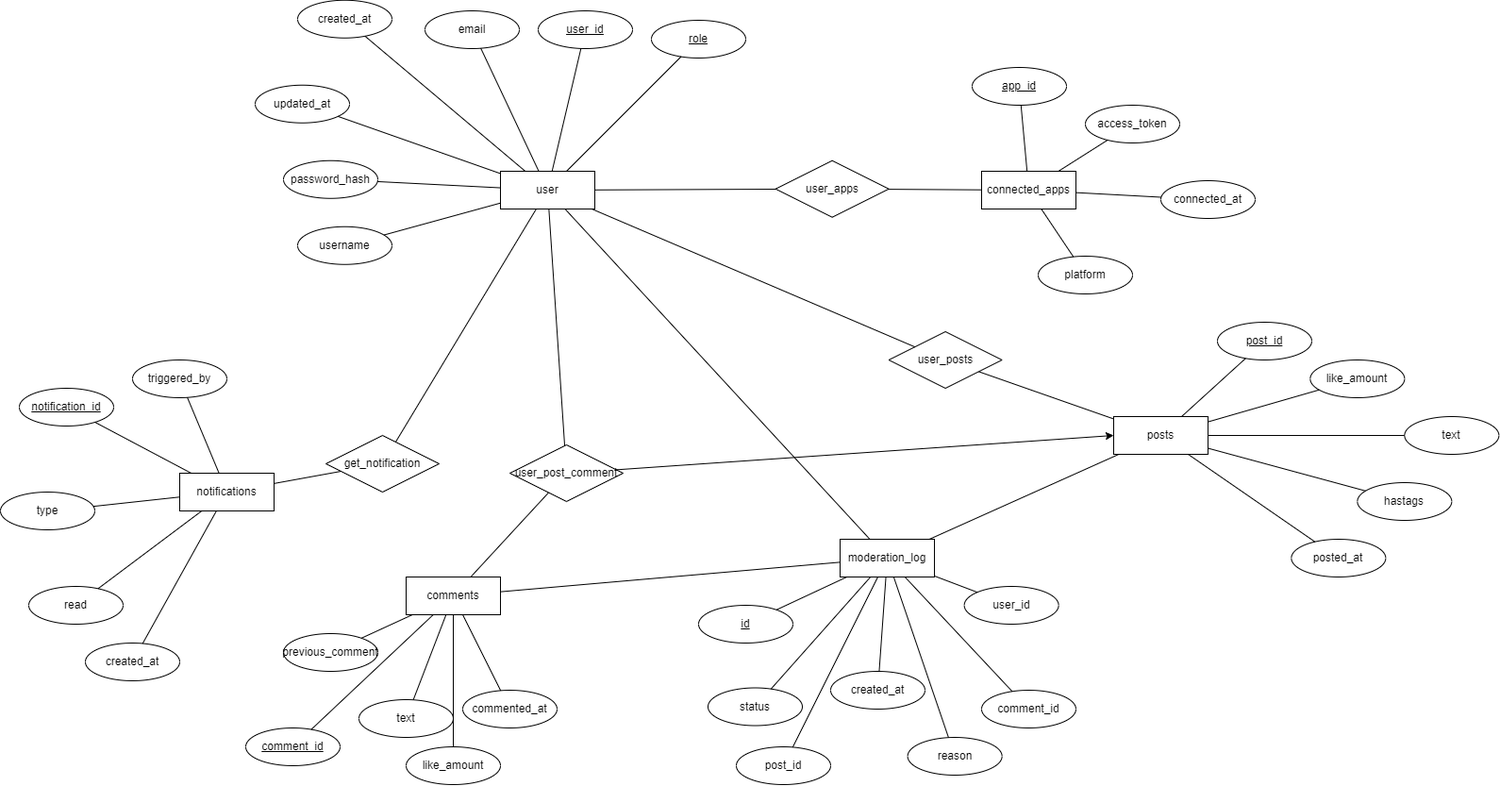
Earlier version of the draw.io export docs/EK_diagram.drawio.png (pollak-vizsgaremek/Beatwave). Source tidied: cells renumbered, new cells last; positions are measured from the earlier drawing's top-left corner, leaving out a move shared by most shapes.
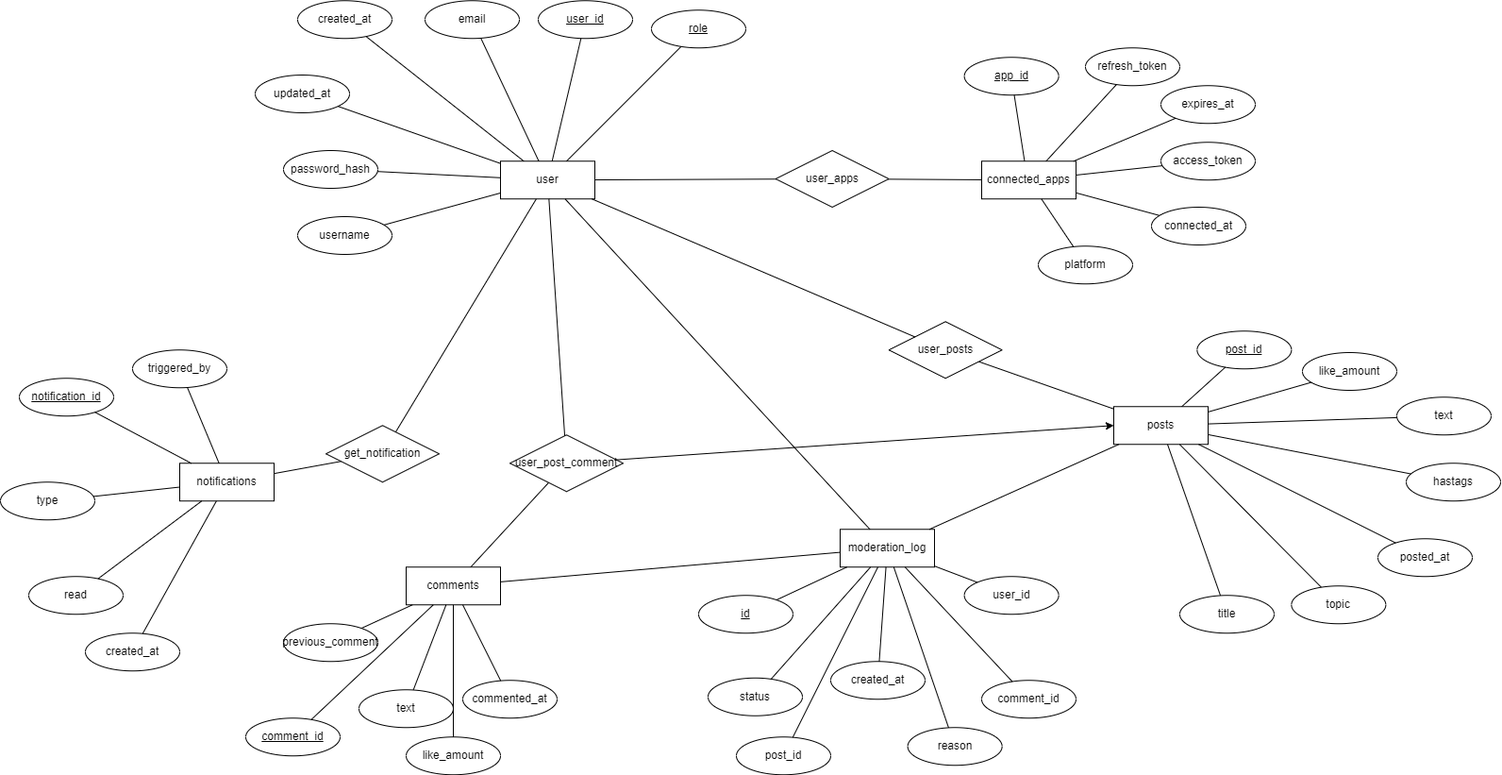
After the change.

Commit message:
Update docs: Beatwave and EK diagram

Diff of the diagram source:
```diff
@@ -23,15 +23,15 @@
     <mxCell id="8" value="password_hash" style="ellipse;whiteSpace=wrap;html=1;align=center;" parent="1" vertex="1">
       <mxGeometry x="300" y="169.8" width="100" height="40" as="geometry" />
     </mxCell>
-    <mxCell id="9" value="created_at" style="ellipse;whiteSpace=wrap;html=1;align=center;" parent="1" vertex="1">
-      <mxGeometry x="315" y="-0.2" width="100" height="40" as="geometry" />
-    </mxCell>
+    <mxCell id="91" value="created_at" style="ellipse;whiteSpace=wrap;html=1;align=center;" parent="1" vertex="1">
+      <mxGeometry x="315" y="11" width="100" height="40" as="geometry" />
+    </mxCell>
     <mxCell id="10" style="endArrow=none;html=1;rounded=0;" parent="1" edge="1" source="7" target="3">
       <mxGeometry relative="1" as="geometry" />
     </mxCell>
-    <mxCell id="11" style="endArrow=none;html=1;rounded=0;" parent="1" edge="1" source="9" target="3">
-      <mxGeometry relative="1" as="geometry" />
-    </mxCell>
+    <mxCell id="92" style="endArrow=none;html=1;rounded=0;" parent="1" edge="1" source="91" target="3">
+      <mxGeometry relative="1" as="geometry" />
+    </mxCell>
     <mxCell id="12" style="endArrow=none;html=1;rounded=0;" parent="1" edge="1" source="8" target="3">
       <mxGeometry relative="1" as="geometry" />
     </mxCell>
@@ -39,20 +39,25 @@
       <mxGeometry relative="1" as="geometry" />
     </mxCell>
     <mxCell id="14" value="&lt;u&gt;app_id&lt;/u&gt;" style="ellipse;whiteSpace=wrap;html=1;align=center;" parent="1" vertex="1">
-      <mxGeometry x="1030" y="71" width="100" height="40" as="geometry" />
+      <mxGeometry x="1021.6" y="71" width="100" height="40" as="geometry" />
     </mxCell>
     <mxCell id="15" value="platform" style="ellipse;whiteSpace=wrap;html=1;align=center;" parent="1" vertex="1">
       <mxGeometry x="1100" y="271" width="100" height="40" as="geometry" />
     </mxCell>
     <mxCell id="16" value="access_token" style="ellipse;whiteSpace=wrap;html=1;align=center;" parent="1" vertex="1">
-      <mxGeometry x="1150" y="111" width="100" height="40" as="geometry" />
+      <mxGeometry x="1230" y="161" width="100" height="40" as="geometry" />
     </mxCell>
     <mxCell id="17" value="connected_at" style="ellipse;whiteSpace=wrap;html=1;align=center;" parent="1" vertex="1">
-      <mxGeometry x="1230" y="191" width="100" height="40" as="geometry" />
+      <mxGeometry x="1220" y="229.8" width="100" height="40" as="geometry" />
     </mxCell>
-    <mxCell id="18" style="endArrow=none;html=1;rounded=0;" parent="1" edge="1" source="14" target="5">
-      <mxGeometry relative="1" as="geometry" />
-    </mxCell>
+    <mxCell id="93" style="endArrow=none;html=1;rounded=0;" parent="1" edge="1" source="14">
+      <mxGeometry relative="1" as="geometry">
+        <mxPoint x="1085.5" y="181.1" as="targetPoint" />
+        <Array as="points">
+          <mxPoint x="1085.5" y="181.1" />
+        </Array>
+      </mxGeometry>
+    </mxCell>
     <mxCell id="19" style="endArrow=none;html=1;rounded=0;" parent="1" edge="1" source="15" target="5">
       <mxGeometry relative="1" as="geometry" />
     </mxCell>
@@ -99,49 +104,49 @@
       <mxGeometry relative="1" as="geometry" />
     </mxCell>
     <mxCell id="34" value="post_id" style="ellipse;whiteSpace=wrap;html=1;align=center;fontStyle=4;" parent="1" vertex="1">
-      <mxGeometry x="1290" y="341" width="100" height="40" as="geometry" />
+      <mxGeometry x="1268.4" y="361" width="100" height="40" as="geometry" />
     </mxCell>
     <mxCell id="35" value="comment_id" style="ellipse;whiteSpace=wrap;html=1;align=center;fontStyle=4;" parent="1" vertex="1">
       <mxGeometry x="260" y="771" width="100" height="40" as="geometry" />
     </mxCell>
-    <mxCell id="36" value="like_amount" style="ellipse;whiteSpace=wrap;html=1;align=center;" parent="1" vertex="1">
-      <mxGeometry x="1388.4" y="381" width="100" height="40" as="geometry" />
-    </mxCell>
-    <mxCell id="37" value="text" style="ellipse;whiteSpace=wrap;html=1;align=center;" parent="1" vertex="1">
-      <mxGeometry x="1488.4" y="441" width="100" height="40" as="geometry" />
-    </mxCell>
+    <mxCell id="94" value="like_amount" style="ellipse;whiteSpace=wrap;html=1;align=center;" parent="1" vertex="1">
+      <mxGeometry x="1380" y="383.8" width="100" height="40" as="geometry" />
+    </mxCell>
+    <mxCell id="95" value="text" style="ellipse;whiteSpace=wrap;html=1;align=center;" parent="1" vertex="1">
+      <mxGeometry x="1480" y="431" width="100" height="40" as="geometry" />
+    </mxCell>
     <mxCell id="38" value="hastags" style="ellipse;whiteSpace=wrap;html=1;align=center;" parent="1" vertex="1">
-      <mxGeometry x="1438.4" y="511" width="100" height="40" as="geometry" />
+      <mxGeometry x="1490" y="501" width="100" height="40" as="geometry" />
     </mxCell>
     <mxCell id="39" style="endArrow=none;html=1;rounded=0;" parent="1" edge="1" source="25" target="34">
       <mxGeometry relative="1" as="geometry" />
     </mxCell>
-    <mxCell id="40" style="endArrow=none;html=1;rounded=0;" parent="1" edge="1" source="25" target="36">
-      <mxGeometry relative="1" as="geometry" />
-    </mxCell>
-    <mxCell id="41" style="endArrow=none;html=1;rounded=0;" parent="1" edge="1" source="25" target="37">
-      <mxGeometry relative="1" as="geometry" />
-    </mxCell>
+    <mxCell id="96" style="endArrow=none;html=1;rounded=0;" parent="1" edge="1" source="25" target="94">
+      <mxGeometry relative="1" as="geometry" />
+    </mxCell>
+    <mxCell id="97" style="endArrow=none;html=1;rounded=0;" parent="1" edge="1" source="25" target="95">
+      <mxGeometry relative="1" as="geometry" />
+    </mxCell>
     <mxCell id="42" style="endArrow=none;html=1;rounded=0;" parent="1" edge="1" source="25" target="38">
       <mxGeometry relative="1" as="geometry" />
     </mxCell>
     <mxCell id="43" style="endArrow=none;html=1;rounded=0;" parent="1" edge="1" source="35" target="30">
       <mxGeometry relative="1" as="geometry" />
     </mxCell>
-    <mxCell id="44" style="endArrow=none;html=1;rounded=0;" parent="1" edge="1" source="30" target="45">
-      <mxGeometry relative="1" as="geometry" />
-    </mxCell>
-    <mxCell id="45" value="text" style="ellipse;whiteSpace=wrap;html=1;align=center;" parent="1" vertex="1">
-      <mxGeometry x="380" y="741" width="100" height="40" as="geometry" />
-    </mxCell>
-    <mxCell id="46" value="like_amount" style="ellipse;whiteSpace=wrap;html=1;align=center;" parent="1" vertex="1">
-      <mxGeometry x="430" y="791" width="100" height="40" as="geometry" />
-    </mxCell>
-    <mxCell id="47" style="endArrow=none;html=1;rounded=0;" parent="1" edge="1" source="30" target="46">
-      <mxGeometry relative="1" as="geometry" />
-    </mxCell>
+    <mxCell id="98" style="endArrow=none;html=1;rounded=0;" parent="1" edge="1" source="30" target="99">
+      <mxGeometry relative="1" as="geometry" />
+    </mxCell>
+    <mxCell id="99" value="text" style="ellipse;whiteSpace=wrap;html=1;align=center;" parent="1" vertex="1">
+      <mxGeometry x="380" y="741" width="100" height="40" as="geometry" />
+    </mxCell>
+    <mxCell id="100" value="like_amount" style="ellipse;whiteSpace=wrap;html=1;align=center;" parent="1" vertex="1">
+      <mxGeometry x="430" y="791" width="100" height="40" as="geometry" />
+    </mxCell>
+    <mxCell id="101" style="endArrow=none;html=1;rounded=0;" parent="1" edge="1" source="30" target="100">
+      <mxGeometry relative="1" as="geometry" />
+    </mxCell>
     <mxCell id="48" value="posted_at" style="ellipse;whiteSpace=wrap;html=1;align=center;" parent="1" vertex="1">
-      <mxGeometry x="1368.4" y="571" width="100" height="40" as="geometry" />
+      <mxGeometry x="1460" y="581" width="100" height="40" as="geometry" />
     </mxCell>
     <mxCell id="49" value="commented_at" style="ellipse;whiteSpace=wrap;html=1;align=center;" parent="1" vertex="1">
       <mxGeometry x="490" y="731" width="100" height="40" as="geometry" />
@@ -164,12 +169,12 @@
     <mxCell id="55" style="endArrow=none;html=1;rounded=0;" parent="1" edge="1" source="54" target="3">
       <mxGeometry relative="1" as="geometry" />
     </mxCell>
-    <mxCell id="56" style="edgeStyle=orthogonalEdgeStyle;rounded=0;orthogonalLoop=1;jettySize=auto;html=1;exitX=0.5;exitY=1;exitDx=0;exitDy=0;" parent="1" edge="1">
-      <mxGeometry relative="1" as="geometry">
-        <mxPoint x="285" y="279.8" as="sourcePoint" />
-        <mxPoint x="285" y="279.8" as="targetPoint" />
-      </mxGeometry>
-    </mxCell>
+    <mxCell id="102" style="edgeStyle=orthogonalEdgeStyle;rounded=0;orthogonalLoop=1;jettySize=auto;html=1;exitX=0.5;exitY=1;exitDx=0;exitDy=0;" parent="1" edge="1">
+      <mxGeometry relative="1" as="geometry">
+        <mxPoint x="285" y="279.8" as="sourcePoint" />
+        <mxPoint x="285" y="279.8" as="targetPoint" />
+      </mxGeometry>
+    </mxCell>
     <mxCell id="57" value="updated_at" style="ellipse;whiteSpace=wrap;html=1;align=center;" parent="1" vertex="1">
       <mxGeometry x="270" y="89.8" width="100" height="40" as="geometry" />
     </mxCell>
@@ -191,12 +196,12 @@
     <mxCell id="63" value="notification_id" style="ellipse;whiteSpace=wrap;html=1;align=center;fontStyle=4;" parent="1" vertex="1">
       <mxGeometry x="20" y="411" width="100" height="40" as="geometry" />
     </mxCell>
-    <mxCell id="64" value="created_at" style="ellipse;whiteSpace=wrap;html=1;align=center;" parent="1" vertex="1">
-      <mxGeometry x="90" y="681" width="100" height="40" as="geometry" />
-    </mxCell>
-    <mxCell id="65" style="endArrow=none;html=1;rounded=0;" parent="1" edge="1" source="64" target="59">
-      <mxGeometry relative="1" as="geometry" />
-    </mxCell>
+    <mxCell id="103" value="created_at" style="ellipse;whiteSpace=wrap;html=1;align=center;" parent="1" vertex="1">
+      <mxGeometry x="90" y="681" width="100" height="40" as="geometry" />
+    </mxCell>
+    <mxCell id="104" style="endArrow=none;html=1;rounded=0;" parent="1" edge="1" source="103" target="59">
+      <mxGeometry relative="1" as="geometry" />
+    </mxCell>
     <mxCell id="66" style="endArrow=none;html=1;rounded=0;" parent="1" edge="1" source="62" target="59">
       <mxGeometry relative="1" as="geometry" />
     </mxCell>
@@ -239,9 +244,9 @@
     <mxCell id="79" value="status" style="ellipse;whiteSpace=wrap;html=1;align=center;" parent="1" vertex="1">
       <mxGeometry x="750" y="728.5" width="100" height="40" as="geometry" />
     </mxCell>
-    <mxCell id="80" value="created_at" style="ellipse;whiteSpace=wrap;html=1;align=center;" parent="1" vertex="1">
-      <mxGeometry x="880" y="711" width="100" height="40" as="geometry" />
-    </mxCell>
+    <mxCell id="105" value="created_at" style="ellipse;whiteSpace=wrap;html=1;align=center;" parent="1" vertex="1">
+      <mxGeometry x="880" y="711" width="100" height="40" as="geometry" />
+    </mxCell>
     <mxCell id="81" value="post_id" style="ellipse;whiteSpace=wrap;html=1;align=center;" parent="1" vertex="1">
       <mxGeometry x="780" y="791" width="100" height="40" as="geometry" />
     </mxCell>
@@ -260,9 +265,9 @@
     <mxCell id="86" style="endArrow=none;html=1;rounded=0;" parent="1" edge="1" source="73" target="81">
       <mxGeometry relative="1" as="geometry" />
     </mxCell>
-    <mxCell id="87" style="endArrow=none;html=1;rounded=0;" parent="1" edge="1" source="73" target="80">
-      <mxGeometry relative="1" as="geometry" />
-    </mxCell>
+    <mxCell id="106" style="endArrow=none;html=1;rounded=0;" parent="1" edge="1" source="73" target="105">
+      <mxGeometry relative="1" as="geometry" />
+    </mxCell>
     <mxCell id="88" style="endArrow=none;html=1;rounded=0;" parent="1" edge="1" source="73" target="78">
       <mxGeometry relative="1" as="geometry" />
     </mxCell>
@@ -272,5 +277,29 @@
     <mxCell id="90" style="endArrow=none;html=1;rounded=0;" parent="1" edge="1" source="73" target="82">
       <mxGeometry relative="1" as="geometry" />
     </mxCell>
+    <mxCell id="107" value="refresh_token" style="ellipse;whiteSpace=wrap;html=1;align=center;" parent="1" vertex="1">
+      <mxGeometry x="1150" y="61" width="100" height="40" as="geometry" />
+    </mxCell>
+    <mxCell id="108" value="expires_at" style="ellipse;whiteSpace=wrap;html=1;align=center;" parent="1" vertex="1">
+      <mxGeometry x="1230" y="101" width="100" height="40" as="geometry" />
+    </mxCell>
+    <mxCell id="109" style="endArrow=none;html=1;rounded=0;" parent="1" edge="1" source="107" target="5">
+      <mxGeometry relative="1" as="geometry" />
+    </mxCell>
+    <mxCell id="110" style="endArrow=none;html=1;rounded=0;" parent="1" edge="1" source="108" target="5">
+      <mxGeometry relative="1" as="geometry" />
+    </mxCell>
+    <mxCell id="111" style="endArrow=none;html=1;rounded=0;" parent="1" edge="1" source="25" target="114">
+      <mxGeometry relative="1" as="geometry" />
+    </mxCell>
+    <mxCell id="112" style="endArrow=none;html=1;rounded=0;" parent="1" edge="1" source="25" target="113">
+      <mxGeometry relative="1" as="geometry" />
+    </mxCell>
+    <mxCell id="113" value="title" style="ellipse;whiteSpace=wrap;html=1;align=center;" parent="1" vertex="1">
+      <mxGeometry x="1250" y="641" width="100" height="40" as="geometry" />
+    </mxCell>
+    <mxCell id="114" value="topic" style="ellipse;whiteSpace=wrap;html=1;align=center;" parent="1" vertex="1">
+      <mxGeometry x="1368.4" y="631" width="100" height="40" as="geometry" />
+    </mxCell>
   </root>
 </mxGraphModel>
```
